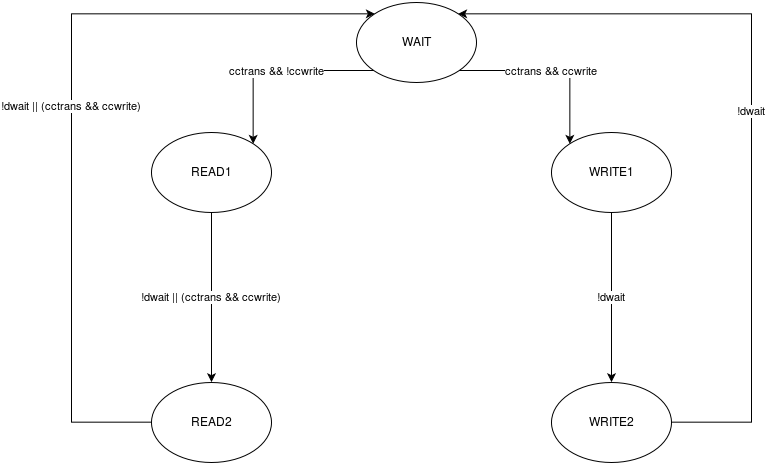
Earlier version of the draw.io export CC_StateDiagram.png (JusticeWarrior/Processors). Source tidied: cells renumbered, new cells last; positions are measured from the earlier drawing's top-left corner, leaving out a move shared by most shapes. Source of this version:
```xml
<mxGraphModel background="#ffffff">
  <root>
    <mxCell id="0" />
    <mxCell id="1" parent="0" />
    <mxCell id="2" value="cctrans &amp;amp;&amp;amp; !ccwrite&lt;br&gt;" style="edgeStyle=orthogonalEdgeStyle;rounded=0;html=1;exitX=0;exitY=1;entryX=1;entryY=0;jettySize=auto;" parent="1" edge="1" source="4" target="6">
      <mxGeometry relative="1" as="geometry" />
    </mxCell>
    <mxCell id="3" value="cctrans &amp;amp;&amp;amp; ccwrite&lt;br&gt;" style="edgeStyle=orthogonalEdgeStyle;rounded=0;html=1;exitX=1;exitY=1;entryX=0;entryY=0;jettySize=auto;" parent="1" edge="1" source="4" target="10">
      <mxGeometry relative="1" as="geometry" />
    </mxCell>
    <mxCell id="4" value="WAIT" style="ellipse;whiteSpace=wrap;html=1;" parent="1" vertex="1">
      <mxGeometry x="285" width="120" height="80" as="geometry" />
    </mxCell>
    <mxCell id="5" value="!dwait || (cctrans &amp;amp;&amp;amp; ccwrite)&lt;br&gt;" style="edgeStyle=orthogonalEdgeStyle;rounded=0;html=1;exitX=0.5;exitY=1;entryX=0.5;entryY=0;jettySize=auto;" parent="1" edge="1" source="6" target="8">
      <mxGeometry relative="1" as="geometry" />
    </mxCell>
    <mxCell id="6" value="READ1" style="ellipse;whiteSpace=wrap;html=1;" parent="1" vertex="1">
      <mxGeometry x="80" y="130" width="120" height="80" as="geometry" />
    </mxCell>
    <mxCell id="7" value="!dwait || (cctrans &amp;amp;&amp;amp; ccwrite)&lt;br&gt;" style="edgeStyle=orthogonalEdgeStyle;rounded=0;html=1;exitX=0;exitY=0.5;entryX=0;entryY=0;jettySize=auto;" parent="1" edge="1" source="8" target="4">
      <mxGeometry relative="1" as="geometry">
        <Array as="points">
          <mxPoint y="420" />
          <mxPoint y="11" />
        </Array>
      </mxGeometry>
    </mxCell>
    <mxCell id="8" value="READ2" style="ellipse;whiteSpace=wrap;html=1;" parent="1" vertex="1">
      <mxGeometry x="80" y="380" width="120" height="80" as="geometry" />
    </mxCell>
    <mxCell id="9" value="!dwait" style="edgeStyle=orthogonalEdgeStyle;rounded=0;html=1;exitX=0.5;exitY=1;entryX=0.5;entryY=0;jettySize=auto;" parent="1" edge="1" source="10" target="12">
      <mxGeometry relative="1" as="geometry" />
    </mxCell>
    <mxCell id="10" value="WRITE1&lt;br&gt;" style="ellipse;whiteSpace=wrap;html=1;" parent="1" vertex="1">
      <mxGeometry x="480" y="130" width="120" height="80" as="geometry" />
    </mxCell>
    <mxCell id="11" value="!dwait" style="edgeStyle=orthogonalEdgeStyle;rounded=0;html=1;exitX=1;exitY=0.5;entryX=1;entryY=0;jettySize=auto;" parent="1" edge="1" source="12" target="4">
      <mxGeometry relative="1" as="geometry">
        <Array as="points">
          <mxPoint x="680" y="420" />
          <mxPoint x="680" y="11" />
        </Array>
      </mxGeometry>
    </mxCell>
    <mxCell id="12" value="WRITE2&lt;br&gt;" style="ellipse;whiteSpace=wrap;html=1;" parent="1" vertex="1">
      <mxGeometry x="480" y="380" width="120" height="80" as="geometry" />
    </mxCell>
  </root>
</mxGraphModel>
```
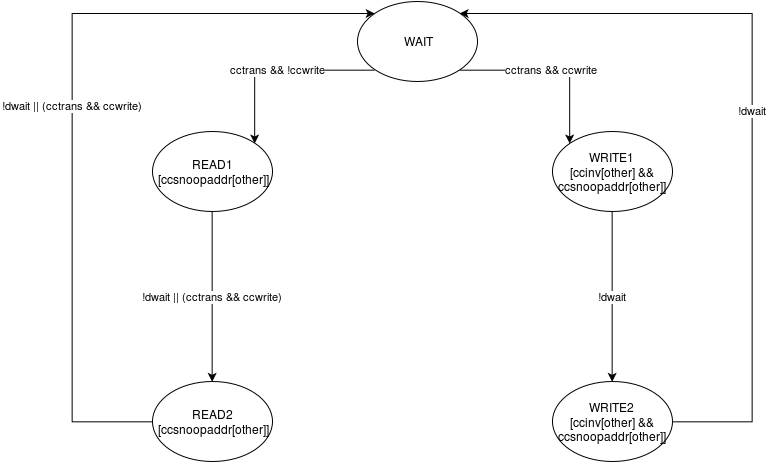
Later version of the same file.

Commit message:
Added output logic to diagrams for the TAs (whiners)

Change to the diagram source:
```diff
@@ -14,7 +14,7 @@
     <mxCell id="5" value="!dwait || (cctrans &amp;amp;&amp;amp; ccwrite)&lt;br&gt;" style="edgeStyle=orthogonalEdgeStyle;rounded=0;html=1;exitX=0.5;exitY=1;entryX=0.5;entryY=0;jettySize=auto;" parent="1" edge="1" source="6" target="8">
       <mxGeometry relative="1" as="geometry" />
     </mxCell>
-    <mxCell id="6" value="READ1" style="ellipse;whiteSpace=wrap;html=1;" parent="1" vertex="1">
+    <mxCell id="6" value="READ1&lt;br&gt;[ccsnoopaddr[other]]&lt;br&gt;" style="ellipse;whiteSpace=wrap;html=1;" parent="1" vertex="1">
       <mxGeometry x="80" y="130" width="120" height="80" as="geometry" />
     </mxCell>
     <mxCell id="7" value="!dwait || (cctrans &amp;amp;&amp;amp; ccwrite)&lt;br&gt;" style="edgeStyle=orthogonalEdgeStyle;rounded=0;html=1;exitX=0;exitY=0.5;entryX=0;entryY=0;jettySize=auto;" parent="1" edge="1" source="8" target="4">
@@ -25,13 +25,13 @@
         </Array>
       </mxGeometry>
     </mxCell>
-    <mxCell id="8" value="READ2" style="ellipse;whiteSpace=wrap;html=1;" parent="1" vertex="1">
+    <mxCell id="8" value="READ2&lt;br&gt;[ccsnoopaddr[other]]&lt;br&gt;" style="ellipse;whiteSpace=wrap;html=1;" parent="1" vertex="1">
       <mxGeometry x="80" y="380" width="120" height="80" as="geometry" />
     </mxCell>
     <mxCell id="9" value="!dwait" style="edgeStyle=orthogonalEdgeStyle;rounded=0;html=1;exitX=0.5;exitY=1;entryX=0.5;entryY=0;jettySize=auto;" parent="1" edge="1" source="10" target="12">
       <mxGeometry relative="1" as="geometry" />
     </mxCell>
-    <mxCell id="10" value="WRITE1&lt;br&gt;" style="ellipse;whiteSpace=wrap;html=1;" parent="1" vertex="1">
+    <mxCell id="10" value="WRITE1&lt;br&gt;[ccinv[other] &amp;amp;&amp;amp; ccsnoopaddr[other]]" style="ellipse;whiteSpace=wrap;html=1;" parent="1" vertex="1">
       <mxGeometry x="480" y="130" width="120" height="80" as="geometry" />
     </mxCell>
     <mxCell id="11" value="!dwait" style="edgeStyle=orthogonalEdgeStyle;rounded=0;html=1;exitX=1;exitY=0.5;entryX=1;entryY=0;jettySize=auto;" parent="1" edge="1" source="12" target="4">
@@ -42,7 +42,7 @@
         </Array>
       </mxGeometry>
     </mxCell>
-    <mxCell id="12" value="WRITE2&lt;br&gt;" style="ellipse;whiteSpace=wrap;html=1;" parent="1" vertex="1">
+    <mxCell id="12" value="WRITE2&lt;br&gt;[ccinv[other] &amp;amp;&amp;amp; ccsnoopaddr[other]]&lt;br&gt;" style="ellipse;whiteSpace=wrap;html=1;" parent="1" vertex="1">
       <mxGeometry x="480" y="380" width="120" height="80" as="geometry" />
     </mxCell>
   </root>
```
